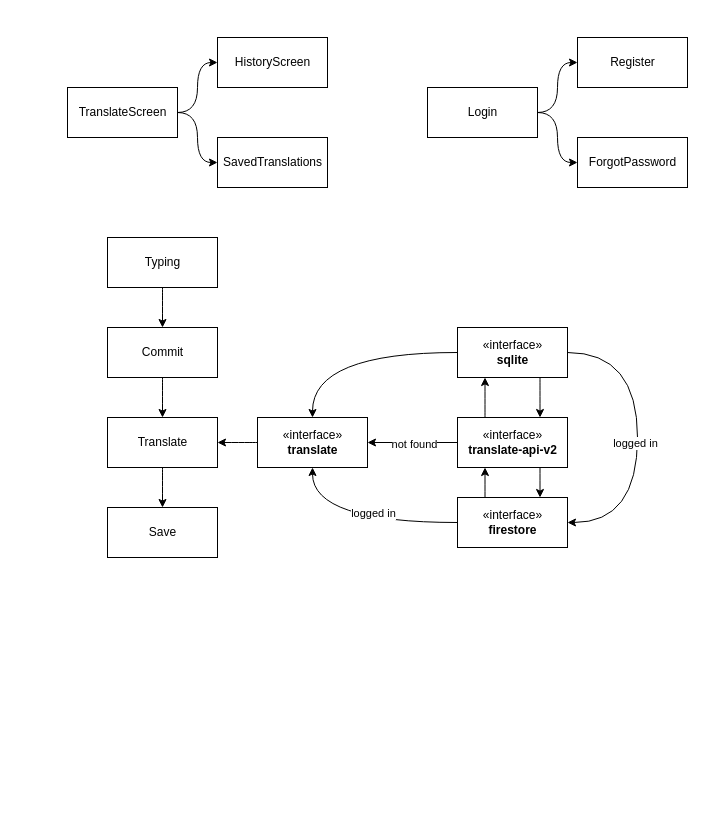
Earlier version of the draw.io diagram translateapp.drawio (sownt/diagrams). Source tidied: cells renumbered, new cells numbered last; positions are measured from the earlier drawing's top-left corner, leaving out a move shared by most shapes. Both pictures are drawn from the tidied source at 100%, with x=0, y=0 at pixel (67, 37).
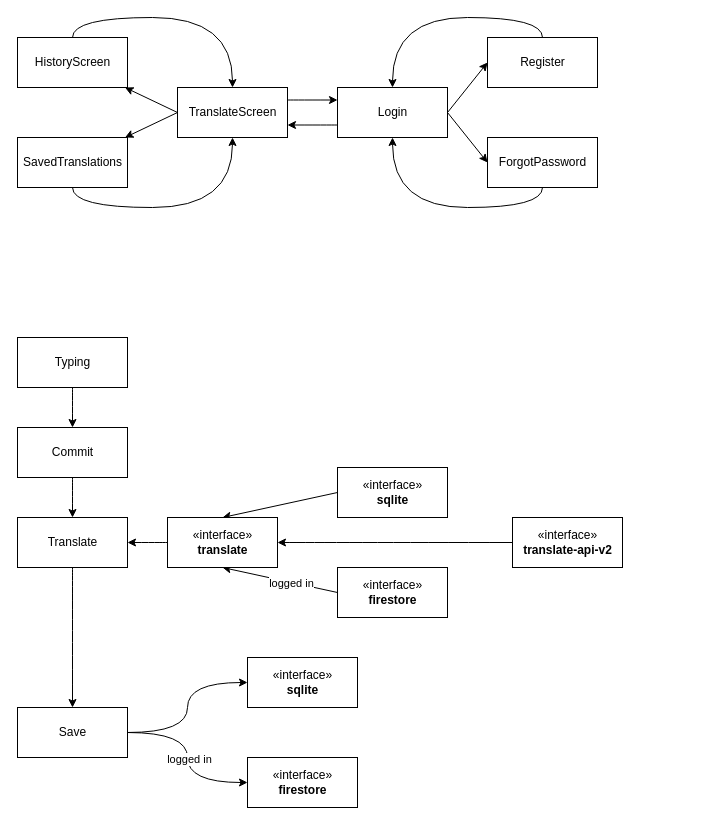
After the change.

The edit, as a diff of the source:
```diff
@@
+    <mxCell id="35" style="edgeStyle=orthogonalEdgeStyle;curved=1;rounded=0;jettySize=auto;html=1;exitX=1;exitY=0.25;exitDx=0;exitDy=0;entryX=0;entryY=0.25;entryDx=0;entryDy=0;" parent="1" edge="1" source="4" target="9">
+      <mxGeometry relative="1" as="geometry" />
+    </mxCell>
-    <mxCell id="2" style="edgeStyle=orthogonalEdgeStyle;rounded=0;jettySize=auto;html=1;exitX=1;exitY=0.5;exitDx=0;exitDy=0;entryX=0;entryY=0.5;entryDx=0;entryDy=0;curved=1;" parent="1" edge="1" source="4" target="5">
+    <mxCell id="2" style="rounded=0;jettySize=auto;html=1;exitX=0;exitY=0.5;exitDx=0;exitDy=0;" parent="1" edge="1" source="4" target="5">
       <mxGeometry relative="1" as="geometry" />
     </mxCell>
-    <mxCell id="3" style="edgeStyle=orthogonalEdgeStyle;rounded=0;jettySize=auto;html=1;entryX=0;entryY=0.5;entryDx=0;entryDy=0;curved=1;" parent="1" edge="1" source="4" target="6">
+    <mxCell id="3" style="rounded=0;jettySize=auto;html=1;exitX=0;exitY=0.5;exitDx=0;exitDy=0;" parent="1" edge="1" source="4" target="6">
       <mxGeometry relative="1" as="geometry" />
     </mxCell>
     <mxCell id="4" value="&lt;div&gt;TranslateScreen&lt;/div&gt;" style="html=1;" parent="1" vertex="1">
-      <mxGeometry y="50" width="110" height="50" as="geometry" />
+      <mxGeometry x="110" y="50" width="110" height="50" as="geometry" />
     </mxCell>
+    <mxCell id="36" style="edgeStyle=orthogonalEdgeStyle;curved=1;rounded=0;jettySize=auto;html=1;exitX=0.5;exitY=0;exitDx=0;exitDy=0;entryX=0.5;entryY=0;entryDx=0;entryDy=0;" parent="1" edge="1" source="5" target="4">
+      <mxGeometry relative="1" as="geometry" />
+    </mxCell>
     <mxCell id="5" value="HistoryScreen" style="html=1;" parent="1" vertex="1">
-      <mxGeometry x="150" width="110" height="50" as="geometry" />
+      <mxGeometry x="-50" width="110" height="50" as="geometry" />
     </mxCell>
+    <mxCell id="37" style="edgeStyle=orthogonalEdgeStyle;curved=1;rounded=0;jettySize=auto;html=1;exitX=0.5;exitY=1;exitDx=0;exitDy=0;entryX=0.5;entryY=1;entryDx=0;entryDy=0;" parent="1" edge="1" source="6" target="4">
+      <mxGeometry relative="1" as="geometry" />
+    </mxCell>
     <mxCell id="6" value="SavedTranslations" style="html=1;" parent="1" vertex="1">
-      <mxGeometry x="150" y="100" width="110" height="50" as="geometry" />
+      <mxGeometry x="-50" y="100" width="110" height="50" as="geometry" />
     </mxCell>
-    <mxCell id="7" style="edgeStyle=orthogonalEdgeStyle;curved=1;rounded=0;jettySize=auto;html=1;exitX=1;exitY=0.5;exitDx=0;exitDy=0;entryX=0;entryY=0.5;entryDx=0;entryDy=0;" parent="1" edge="1" source="9" target="10">
+    <mxCell id="7" style="rounded=0;jettySize=auto;html=1;exitX=1;exitY=0.5;exitDx=0;exitDy=0;entryX=0;entryY=0.5;entryDx=0;entryDy=0;" parent="1" edge="1" source="9" target="10">
       <mxGeometry relative="1" as="geometry" />
     </mxCell>
-    <mxCell id="8" style="edgeStyle=orthogonalEdgeStyle;curved=1;rounded=0;jettySize=auto;html=1;exitX=1;exitY=0.5;exitDx=0;exitDy=0;entryX=0;entryY=0.5;entryDx=0;entryDy=0;" parent="1" edge="1" source="9" target="11">
+    <mxCell id="8" style="rounded=0;jettySize=auto;html=1;exitX=1;exitY=0.5;exitDx=0;exitDy=0;entryX=0;entryY=0.5;entryDx=0;entryDy=0;" parent="1" edge="1" source="9" target="11">
       <mxGeometry relative="1" as="geometry" />
     </mxCell>
+    <mxCell id="38" style="edgeStyle=orthogonalEdgeStyle;curved=1;rounded=0;jettySize=auto;html=1;exitX=0;exitY=0.75;exitDx=0;exitDy=0;entryX=1;entryY=0.75;entryDx=0;entryDy=0;" parent="1" edge="1" source="9" target="4">
+      <mxGeometry relative="1" as="geometry" />
+    </mxCell>
     <mxCell id="9" value="Login" style="html=1;" parent="1" vertex="1">
-      <mxGeometry x="360" y="50" width="110" height="50" as="geometry" />
+      <mxGeometry x="270" y="50" width="110" height="50" as="geometry" />
     </mxCell>
+    <mxCell id="39" style="edgeStyle=orthogonalEdgeStyle;curved=1;rounded=0;jettySize=auto;html=1;exitX=0.5;exitY=0;exitDx=0;exitDy=0;entryX=0.5;entryY=0;entryDx=0;entryDy=0;" parent="1" edge="1" source="10" target="9">
+      <mxGeometry relative="1" as="geometry" />
+    </mxCell>
     <mxCell id="10" value="Register" style="html=1;" parent="1" vertex="1">
-      <mxGeometry x="510" width="110" height="50" as="geometry" />
+      <mxGeometry x="420" width="110" height="50" as="geometry" />
     </mxCell>
+    <mxCell id="40" style="edgeStyle=orthogonalEdgeStyle;curved=1;rounded=0;jettySize=auto;html=1;exitX=0.5;exitY=1;exitDx=0;exitDy=0;entryX=0.5;entryY=1;entryDx=0;entryDy=0;" parent="1" edge="1" source="11" target="9">
+      <mxGeometry relative="1" as="geometry" />
+    </mxCell>
     <mxCell id="11" value="ForgotPassword" style="html=1;" parent="1" vertex="1">
-      <mxGeometry x="510" y="100" width="110" height="50" as="geometry" />
+      <mxGeometry x="420" y="100" width="110" height="50" as="geometry" />
     </mxCell>
@@
     <mxCell id="13" value="Typing" style="html=1;" parent="1" vertex="1">
-      <mxGeometry x="40" y="200" width="110" height="50" as="geometry" />
+      <mxGeometry x="-50" y="300" width="110" height="50" as="geometry" />
     </mxCell>
@@
     <mxCell id="15" value="Commit" style="html=1;" parent="1" vertex="1">
-      <mxGeometry x="40" y="290" width="110" height="50" as="geometry" />
+      <mxGeometry x="-50" y="390" width="110" height="50" as="geometry" />
     </mxCell>
@@
     <mxCell id="17" value="Translate" style="html=1;" parent="1" vertex="1">
-      <mxGeometry x="40" y="380" width="110" height="50" as="geometry" />
+      <mxGeometry x="-50" y="480" width="110" height="50" as="geometry" />
     </mxCell>
+    <mxCell id="41" style="edgeStyle=orthogonalEdgeStyle;curved=1;rounded=0;jettySize=auto;html=1;exitX=1;exitY=0.5;exitDx=0;exitDy=0;entryX=0;entryY=0.5;entryDx=0;entryDy=0;" parent="1" edge="1" source="18" target="43">
+      <mxGeometry relative="1" as="geometry" />
+    </mxCell>
+    <mxCell id="42" style="edgeStyle=orthogonalEdgeStyle;curved=1;rounded=0;jettySize=auto;html=1;exitX=1;exitY=0.5;exitDx=0;exitDy=0;entryX=0;entryY=0.5;entryDx=0;entryDy=0;" parent="1" edge="1" source="18" target="44">
+      <mxGeometry relative="1" as="geometry" />
+    </mxCell>
+    <mxCell id="21" value="&lt;div&gt;logged in&lt;/div&gt;" style="edgeLabel;html=1;align=center;verticalAlign=middle;" parent="42" vertex="1">
+      <mxGeometry x="-0.14" y="-7" relative="1" as="geometry">
+        <mxPoint x="8" y="13" as="offset" />
+      </mxGeometry>
+    </mxCell>
     <mxCell id="18" value="Save" style="html=1;" parent="1" vertex="1">
-      <mxGeometry x="40" y="470" width="110" height="50" as="geometry" />
+      <mxGeometry x="-50" y="670" width="110" height="50" as="geometry" />
     </mxCell>
-    <mxCell id="19" style="edgeStyle=orthogonalEdgeStyle;curved=1;rounded=0;jettySize=auto;html=1;exitX=0.75;exitY=1;exitDx=0;exitDy=0;entryX=0.75;entryY=0;entryDx=0;entryDy=0;" parent="1" edge="1" source="23" target="32">
-      <mxGeometry relative="1" as="geometry" />
-    </mxCell>
-    <mxCell id="20" style="edgeStyle=orthogonalEdgeStyle;curved=1;rounded=0;jettySize=auto;html=1;exitX=1;exitY=0.5;exitDx=0;exitDy=0;entryX=1;entryY=0.5;entryDx=0;entryDy=0;" parent="1" edge="1" source="23" target="27">
-      <mxGeometry relative="1" as="geometry">
-        <Array as="points">
-          <mxPoint x="570" y="315" />
-          <mxPoint x="570" y="485" />
-        </Array>
-      </mxGeometry>
-    </mxCell>
-    <mxCell id="21" value="&lt;div&gt;logged in&lt;/div&gt;" style="edgeLabel;html=1;align=center;verticalAlign=middle;" parent="20" vertex="1">
-      <mxGeometry x="0.06" y="-3" relative="1" as="geometry">
-        <mxPoint y="-4" as="offset" />
-      </mxGeometry>
-    </mxCell>
-    <mxCell id="22" style="edgeStyle=orthogonalEdgeStyle;curved=1;rounded=0;jettySize=auto;html=1;exitX=0;exitY=0.5;exitDx=0;exitDy=0;entryX=0.5;entryY=0;entryDx=0;entryDy=0;" parent="1" edge="1" source="23" target="34">
+    <mxCell id="22" style="rounded=0;jettySize=auto;html=1;exitX=0;exitY=0.5;exitDx=0;exitDy=0;entryX=0.5;entryY=0;entryDx=0;entryDy=0;" parent="1" edge="1" source="23" target="34">
       <mxGeometry relative="1" as="geometry" />
     </mxCell>
     <mxCell id="23" value="«interface»&lt;br&gt;&lt;b&gt;sqlite&lt;/b&gt;" style="html=1;" parent="1" vertex="1">
-      <mxGeometry x="390" y="290" width="110" height="50" as="geometry" />
+      <mxGeometry x="270" y="430" width="110" height="50" as="geometry" />
     </mxCell>
-    <mxCell id="24" style="edgeStyle=orthogonalEdgeStyle;curved=1;rounded=0;jettySize=auto;html=1;exitX=0.25;exitY=0;exitDx=0;exitDy=0;entryX=0.25;entryY=1;entryDx=0;entryDy=0;" parent="1" edge="1" source="27" target="32">
-      <mxGeometry relative="1" as="geometry" />
-    </mxCell>
-    <mxCell id="25" style="edgeStyle=orthogonalEdgeStyle;curved=1;rounded=0;jettySize=auto;html=1;exitX=0;exitY=0.5;exitDx=0;exitDy=0;entryX=0.5;entryY=1;entryDx=0;entryDy=0;" parent="1" edge="1" source="27" target="34">
+    <mxCell id="25" style="rounded=0;jettySize=auto;html=1;exitX=0;exitY=0.5;exitDx=0;exitDy=0;entryX=0.5;entryY=1;entryDx=0;entryDy=0;" parent="1" edge="1" source="27" target="34">
       <mxGeometry relative="1" as="geometry" />
     </mxCell>
     <mxCell id="26" value="logged in" style="edgeLabel;html=1;align=center;verticalAlign=middle;" parent="25" vertex="1">
-      <mxGeometry x="-0.15" y="-10" relative="1" as="geometry" />
+      <mxGeometry x="-0.15" y="-10" relative="1" as="geometry">
+        <mxPoint y="11" as="offset" />
+      </mxGeometry>
     </mxCell>
     <mxCell id="27" value="«interface»&lt;br&gt;&lt;b&gt;firestore&lt;/b&gt;" style="html=1;" parent="1" vertex="1">
-      <mxGeometry x="390" y="460" width="110" height="50" as="geometry" />
+      <mxGeometry x="270" y="530" width="110" height="50" as="geometry" />
     </mxCell>
-    <mxCell id="28" style="edgeStyle=orthogonalEdgeStyle;curved=1;rounded=0;jettySize=auto;html=1;exitX=0.25;exitY=0;exitDx=0;exitDy=0;entryX=0.25;entryY=1;entryDx=0;entryDy=0;" parent="1" edge="1" source="32" target="23">
-      <mxGeometry relative="1" as="geometry" />
-    </mxCell>
-    <mxCell id="29" style="edgeStyle=orthogonalEdgeStyle;curved=1;rounded=0;jettySize=auto;html=1;exitX=0.75;exitY=1;exitDx=0;exitDy=0;entryX=0.75;entryY=0;entryDx=0;entryDy=0;" parent="1" edge="1" source="32" target="27">
-      <mxGeometry relative="1" as="geometry" />
-    </mxCell>
     <mxCell id="30" style="edgeStyle=orthogonalEdgeStyle;curved=1;rounded=0;jettySize=auto;html=1;exitX=0;exitY=0.5;exitDx=0;exitDy=0;entryX=1;entryY=0.5;entryDx=0;entryDy=0;" parent="1" edge="1" source="32" target="34">
       <mxGeometry relative="1" as="geometry">
         <Array as="points">
-          <mxPoint x="350" y="405" />
-          <mxPoint x="350" y="405" />
+          <mxPoint x="260" y="505" />
+          <mxPoint x="260" y="505" />
         </Array>
       </mxGeometry>
     </mxCell>
-    <mxCell id="31" value="&lt;div&gt;not found&lt;/div&gt;" style="edgeLabel;html=1;align=center;verticalAlign=middle;" parent="30" vertex="1">
-      <mxGeometry x="0.29" y="1" relative="1" as="geometry">
-        <mxPoint x="14" as="offset" />
-      </mxGeometry>
-    </mxCell>
     <mxCell id="32" value="«interface»&lt;br&gt;&lt;b&gt;translate-api-v2&lt;/b&gt;" style="html=1;" parent="1" vertex="1">
-      <mxGeometry x="390" y="380" width="110" height="50" as="geometry" />
+      <mxGeometry x="445" y="480" width="110" height="50" as="geometry" />
     </mxCell>
@@
     <mxCell id="34" value="«interface»&lt;br&gt;&lt;b&gt;translate&lt;/b&gt;" style="html=1;" parent="1" vertex="1">
-      <mxGeometry x="190" y="380" width="110" height="50" as="geometry" />
+      <mxGeometry x="100" y="480" width="110" height="50" as="geometry" />
     </mxCell>
+    <mxCell id="43" value="«interface»&lt;br&gt;&lt;b&gt;sqlite&lt;/b&gt;" style="html=1;" parent="1" vertex="1">
+      <mxGeometry x="180" y="620" width="110" height="50" as="geometry" />
+    </mxCell>
+    <mxCell id="44" value="«interface»&lt;br&gt;&lt;b&gt;firestore&lt;/b&gt;" style="html=1;" parent="1" vertex="1">
+      <mxGeometry x="180" y="720" width="110" height="50" as="geometry" />
+    </mxCell>
```
